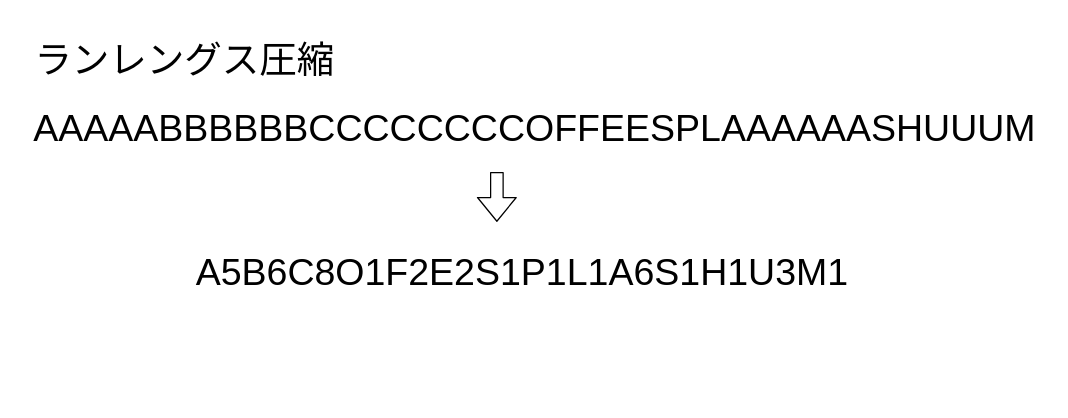
This is work/嶋本/documents/images/Run-Length.drawio from hasekuraairi/night_meeting, a draw.io file, before an edit. Source tidied: cells renumbered, new cells numbered last; positions are measured from the earlier drawing's top-left corner, leaving out a move shared by most shapes. Both pictures are drawn from the tidied source at 125%, with x=0, y=0 at pixel (21, 34).
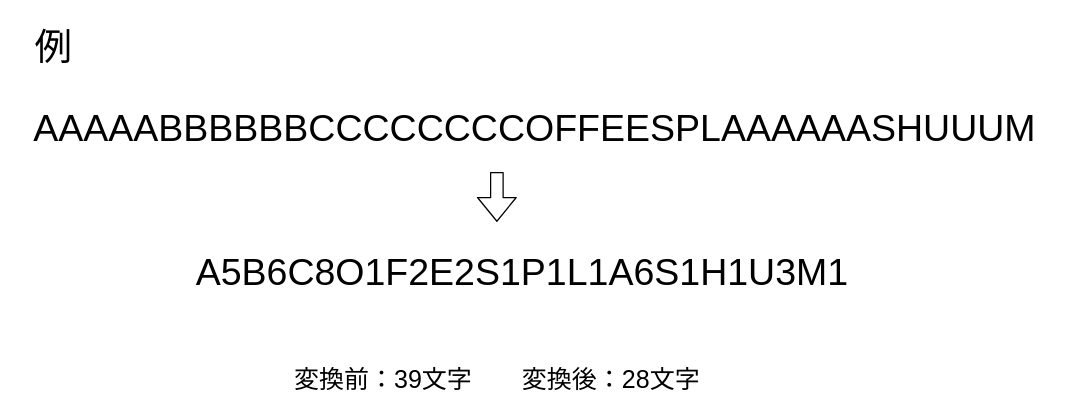
The same page after the edit.

Change to the diagram source:
```diff
@@
 <mxGraphModel>
   <root>
     <mxCell id="0" />
     <mxCell id="1" parent="0" />
     <mxCell id="2" value="&lt;font style=&quot;font-size: 30px&quot;&gt;AAAAABBBBBBCCCCCCCCOFFEESPLAAAAAASHUUUM&lt;/font&gt;" style="text;html=1;align=center;verticalAlign=middle;strokeColor=none;fillColor=none;" parent="1" vertex="1">
       <mxGeometry y="60" width="820" height="30" as="geometry" />
     </mxCell>
     <mxCell id="3" style="shape=flexArrow;endArrow=classic;html=1;fontSize=30;" parent="1" edge="1">
       <mxGeometry relative="1" as="geometry">
         <mxPoint x="380" y="110" as="sourcePoint" />
         <mxPoint x="380" y="150" as="targetPoint" />
       </mxGeometry>
     </mxCell>
     <mxCell id="4" value="A5B6C8O1F2E2S1P1L1A6S1H1U3M1" style="text;html=1;align=center;verticalAlign=middle;strokeColor=none;fillColor=none;fontSize=30;" parent="1" vertex="1">
       <mxGeometry x="130" y="170" width="540" height="40" as="geometry" />
     </mxCell>
-    <mxCell id="5" value="ランレングス圧縮" style="text;html=1;align=center;verticalAlign=middle;strokeColor=none;fillColor=none;fontSize=30;" parent="1" vertex="1">
-      <mxGeometry width="260" height="40" as="geometry" />
+    <mxCell id="5" value="例" style="text;html=1;align=center;verticalAlign=middle;strokeColor=none;fillColor=none;fontSize=30;" parent="1" vertex="1">
+      <mxGeometry y="-10" width="50" height="40" as="geometry" />
     </mxCell>
+    <mxCell id="6" value="&lt;font color=&quot;#000000&quot;&gt;変換前：39文字　　変換後：28文字&lt;/font&gt;" style="text;html=1;align=center;verticalAlign=middle;strokeColor=none;fillColor=none;fontSize=20;fontColor=#000066;" parent="1" vertex="1">
+      <mxGeometry x="210" y="260" width="340" height="30" as="geometry" />
+    </mxCell>
   </root>
 </mxGraphModel>
```
